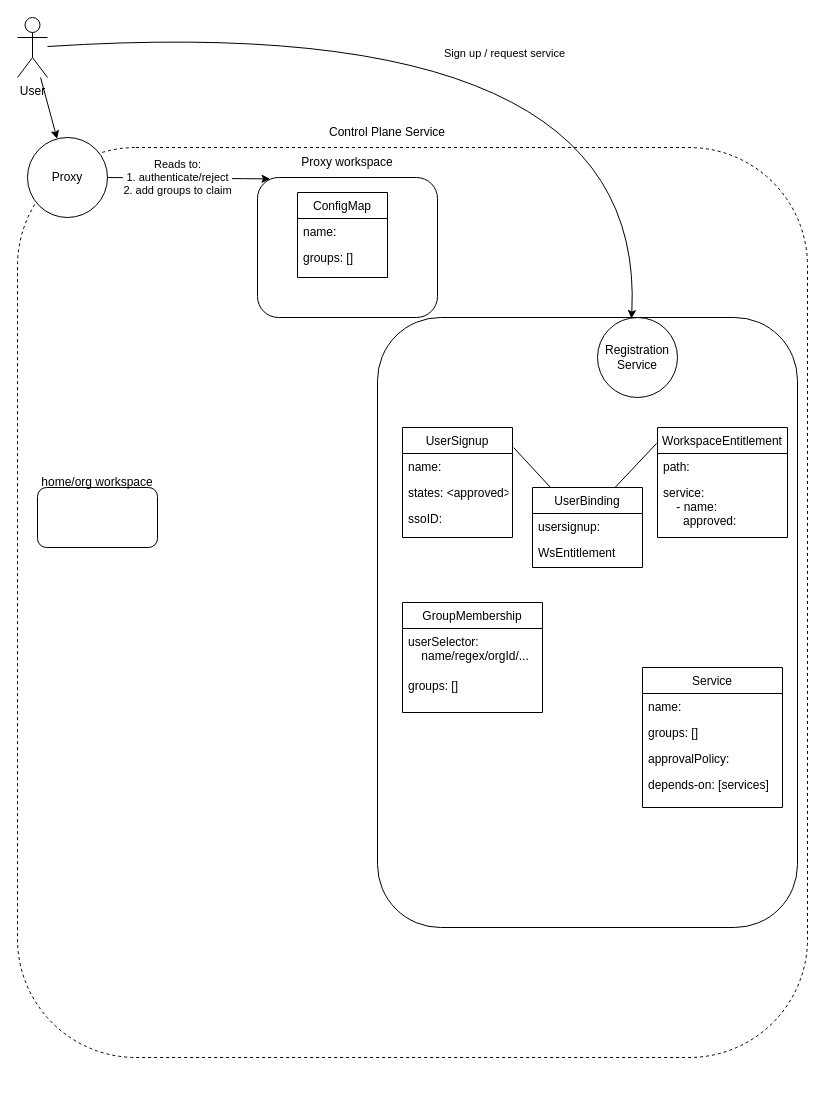
MatousJobanek/diagrams keeps this draw.io diagram as Untitled Diagram.drawio. Above is the earlier version. Source tidied: cells renumbered, new cells numbered last; positions are measured from the earlier drawing's top-left corner, leaving out a move shared by most shapes. Both pictures are drawn from the tidied source at 100%, with x=0, y=0 at pixel (17, 7).
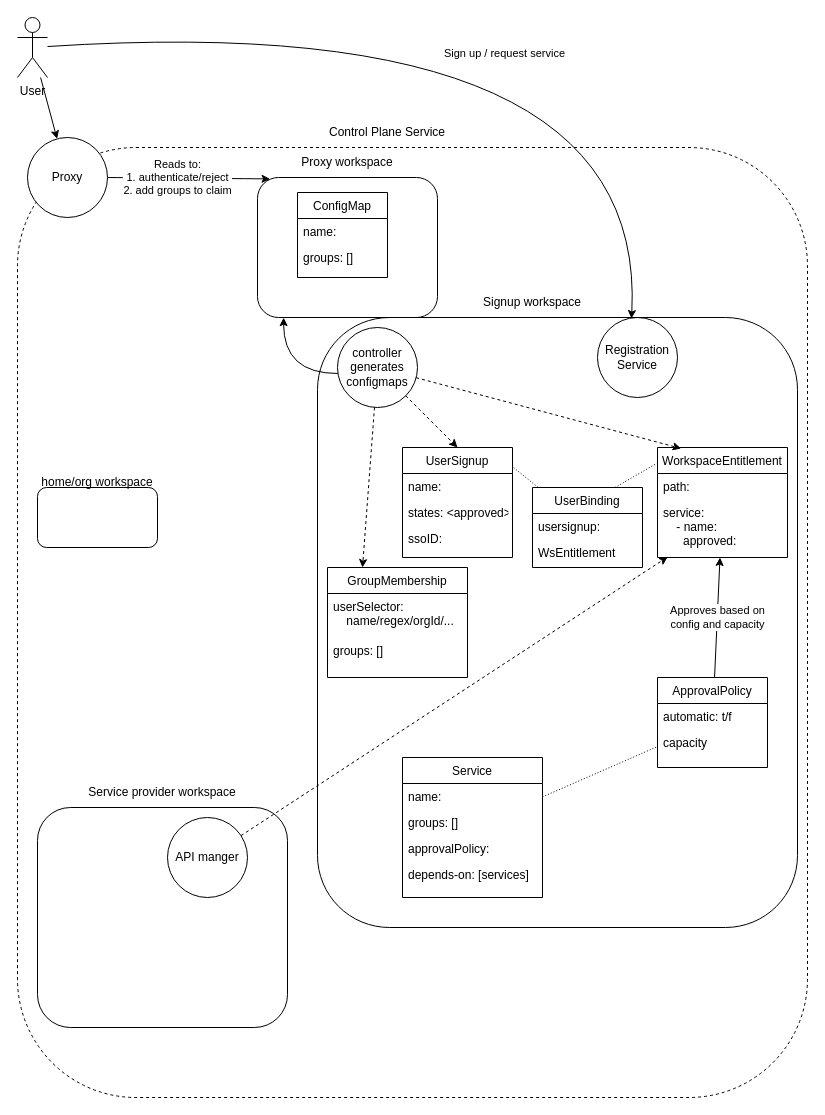
The same page after the edit.

Unchanged cells that the change refers to:
```xml
<mxCell id="5" style="rounded=1;whiteSpace=wrap;html=1;fillColor=none;" parent="1" vertex="1">
  <mxGeometry x="240" y="170" width="180" height="140" as="geometry" />
</mxCell>
<mxCell id="26" value="service:&#10;    - name:&#10;      approved:&#10;" style="text;align=left;verticalAlign=top;spacingLeft=4;spacingRight=4;overflow=hidden;points=[[0,0.5],[1,0.5]];portConstraint=eastwest;rounded=0;shadow=0;html=0;" parent="24" vertex="1">
  <mxGeometry y="52" width="130" height="58" as="geometry" />
</mxCell>
<mxCell id="29" value="UserBinding" style="swimlane;fontStyle=0;align=center;verticalAlign=top;horizontal=1;startSize=26;rounded=0;shadow=0;strokeWidth=1;" parent="1" vertex="1">
  <mxGeometry x="515" y="480" width="110" height="80" as="geometry" />
</mxCell>
```

Change to the diagram source:
```diff
@@
     <mxCell id="2" style="rounded=1;whiteSpace=wrap;html=1;dashed=1;fillColor=none;" parent="1" vertex="1">
-      <mxGeometry y="140" width="790" height="910" as="geometry" />
+      <mxGeometry y="140" width="790" height="950" as="geometry" />
     </mxCell>
@@
     <mxCell id="9" style="rounded=1;whiteSpace=wrap;html=1;fillColor=none;" parent="1" vertex="1">
-      <mxGeometry x="360" y="310" width="420" height="610" as="geometry" />
+      <mxGeometry x="300" y="310" width="480" height="610" as="geometry" />
     </mxCell>
@@
     <mxCell id="19" value="UserSignup" style="swimlane;fontStyle=0;align=center;verticalAlign=top;horizontal=1;startSize=26;rounded=0;shadow=0;strokeWidth=1;" parent="1" vertex="1">
-      <mxGeometry x="385" y="420" width="110" height="110" as="geometry" />
+      <mxGeometry x="385" y="440" width="110" height="110" as="geometry" />
     </mxCell>
@@
     <mxCell id="24" value="WorkspaceEntitlement" style="swimlane;fontStyle=0;align=center;verticalAlign=top;horizontal=1;startSize=26;rounded=0;shadow=0;strokeWidth=1;" parent="1" vertex="1">
-      <mxGeometry x="640" y="420" width="130" height="110" as="geometry" />
+      <mxGeometry x="640" y="440" width="130" height="110" as="geometry" />
     </mxCell>
@@
-    <mxCell id="28" style="rounded=0;jettySize=auto;html=1;exitX=0.75;exitY=0;exitDx=0;exitDy=0;entryX=-0.007;entryY=0.145;entryDx=0;entryDy=0;entryPerimeter=0;endArrow=none;endFill=0;" parent="1" edge="1" source="29" target="24">
+    <mxCell id="28" style="rounded=0;jettySize=auto;html=1;exitX=0.75;exitY=0;exitDx=0;exitDy=0;entryX=-0.007;entryY=0.145;entryDx=0;entryDy=0;entryPerimeter=0;endArrow=none;endFill=0;dashed=1;dashPattern=1 2;" parent="1" edge="1" source="29" target="24">
       <mxGeometry relative="1" as="geometry" />
     </mxCell>
@@
-    <mxCell id="33" style="endArrow=none;html=1;rounded=0;exitX=1.011;exitY=0.183;exitDx=0;exitDy=0;exitPerimeter=0;" parent="1" edge="1" source="19" target="29">
+    <mxCell id="33" style="endArrow=none;html=1;rounded=0;exitX=1.011;exitY=0.183;exitDx=0;exitDy=0;exitPerimeter=0;dashed=1;dashPattern=1 2;" parent="1" edge="1" source="19" target="29">
       <mxGeometry relative="1" as="geometry" />
     </mxCell>
     <mxCell id="34" value="GroupMembership" style="swimlane;fontStyle=0;align=center;verticalAlign=top;horizontal=1;startSize=26;rounded=0;shadow=0;strokeWidth=1;swimlaneLine=1;glass=0;fillColor=default;gradientColor=none;swimlaneFillColor=none;" parent="1" vertex="1">
-      <mxGeometry x="385" y="595" width="140" height="110" as="geometry" />
+      <mxGeometry x="310" y="560" width="140" height="110" as="geometry" />
     </mxCell>
@@
+    <mxCell id="44" style="edgeStyle=none;rounded=0;jettySize=auto;html=1;endArrow=none;endFill=0;dashed=1;dashPattern=1 2;" parent="1" edge="1" source="38" target="46">
+      <mxGeometry relative="1" as="geometry" />
+    </mxCell>
     <mxCell id="38" value="Service" style="swimlane;fontStyle=0;align=center;verticalAlign=top;horizontal=1;startSize=26;rounded=0;shadow=0;strokeWidth=1;" parent="1" vertex="1">
-      <mxGeometry x="625" y="660" width="140" height="140" as="geometry" />
+      <mxGeometry x="385" y="750" width="140" height="140" as="geometry" />
     </mxCell>
@@
+    <mxCell id="45" value="&lt;div&gt;Approves based on &lt;br&gt;&lt;/div&gt;&lt;div&gt;config and capacity&lt;/div&gt;" style="edgeStyle=none;rounded=0;jettySize=auto;html=1;endArrow=classic;endFill=1;" parent="1" edge="1" source="46" target="24">
+      <mxGeometry relative="1" as="geometry" />
+    </mxCell>
+    <mxCell id="46" value="ApprovalPolicy" style="swimlane;fontStyle=0;align=center;verticalAlign=top;horizontal=1;startSize=26;rounded=0;shadow=0;strokeWidth=1;" parent="1" vertex="1">
+      <mxGeometry x="640" y="670" width="110" height="90" as="geometry" />
+    </mxCell>
+    <mxCell id="47" value="automatic: t/f" style="text;align=left;verticalAlign=top;spacingLeft=4;spacingRight=4;overflow=hidden;points=[[0,0.5],[1,0.5]];portConstraint=eastwest;" parent="46" vertex="1">
+      <mxGeometry y="26" width="110" height="26" as="geometry" />
+    </mxCell>
+    <mxCell id="48" value="capacity" style="text;align=left;verticalAlign=top;spacingLeft=4;spacingRight=4;overflow=hidden;rounded=0;shadow=0;html=0;" parent="46" vertex="1">
+      <mxGeometry y="52" width="110" height="26" as="geometry" />
+    </mxCell>
+    <mxCell id="49" style="edgeStyle=orthogonalEdgeStyle;rounded=0;orthogonalLoop=1;jettySize=auto;html=1;exitX=1;exitY=0.5;exitDx=0;exitDy=0;" parent="46" edge="1" source="47" target="47">
+      <mxGeometry relative="1" as="geometry" />
+    </mxCell>
+    <mxCell id="50" style="rounded=0;jettySize=auto;html=1;entryX=0.145;entryY=1.001;entryDx=0;entryDy=0;entryPerimeter=0;startArrow=none;startFill=0;endArrow=classic;endFill=1;exitX=0.004;exitY=0.575;exitDx=0;exitDy=0;exitPerimeter=0;edgeStyle=orthogonalEdgeStyle;curved=1;" parent="1" edge="1" source="54" target="5">
+      <mxGeometry relative="1" as="geometry" />
+    </mxCell>
+    <mxCell id="51" style="rounded=0;jettySize=auto;html=1;entryX=0.25;entryY=0;entryDx=0;entryDy=0;startArrow=none;startFill=0;endArrow=classic;endFill=1;dashed=1;" parent="1" edge="1" source="54" target="34">
+      <mxGeometry relative="1" as="geometry" />
+    </mxCell>
+    <mxCell id="52" style="edgeStyle=none;rounded=0;jettySize=auto;html=1;entryX=0.5;entryY=0;entryDx=0;entryDy=0;dashed=1;startArrow=none;startFill=0;endArrow=classic;endFill=1;" parent="1" edge="1" source="54" target="19">
+      <mxGeometry relative="1" as="geometry" />
+    </mxCell>
+    <mxCell id="53" style="edgeStyle=none;rounded=0;jettySize=auto;html=1;entryX=0.182;entryY=0.009;entryDx=0;entryDy=0;entryPerimeter=0;dashed=1;startArrow=none;startFill=0;endArrow=classic;endFill=1;" parent="1" edge="1" source="54" target="24">
+      <mxGeometry relative="1" as="geometry" />
+    </mxCell>
+    <mxCell id="54" value="controller generates configmaps" style="ellipse;whiteSpace=wrap;html=1;fillColor=none;" parent="1" vertex="1">
+      <mxGeometry x="320" y="320" width="80" height="80" as="geometry" />
+    </mxCell>
+    <mxCell id="55" style="rounded=1;whiteSpace=wrap;html=1;shadow=0;glass=0;sketch=0;fillColor=none;gradientColor=none;" parent="1" vertex="1">
+      <mxGeometry x="20" y="800" width="250" height="220" as="geometry" />
+    </mxCell>
+    <mxCell id="56" value="Signup workspace" style="text;html=1;strokeColor=none;fillColor=none;align=center;verticalAlign=middle;whiteSpace=wrap;rounded=0;" parent="1" vertex="1">
+      <mxGeometry x="460" y="280" width="110" height="30" as="geometry" />
+    </mxCell>
+    <mxCell id="57" value="Service provider workspace" style="text;html=1;strokeColor=none;fillColor=none;align=center;verticalAlign=middle;whiteSpace=wrap;rounded=0;" parent="1" vertex="1">
+      <mxGeometry x="70" y="770" width="150" height="30" as="geometry" />
+    </mxCell>
+    <mxCell id="58" style="edgeStyle=none;rounded=0;jettySize=auto;html=1;dashed=1;startArrow=none;startFill=0;endArrow=classic;endFill=1;entryX=0.079;entryY=0.989;entryDx=0;entryDy=0;entryPerimeter=0;" parent="1" edge="1" source="59" target="26">
+      <mxGeometry relative="1" as="geometry" />
+    </mxCell>
+    <mxCell id="59" value="API manger" style="ellipse;whiteSpace=wrap;html=1;rounded=1;shadow=0;glass=0;sketch=0;fillColor=none;gradientColor=none;" parent="1" vertex="1">
+      <mxGeometry x="150" y="810" width="80" height="80" as="geometry" />
+    </mxCell>
```
